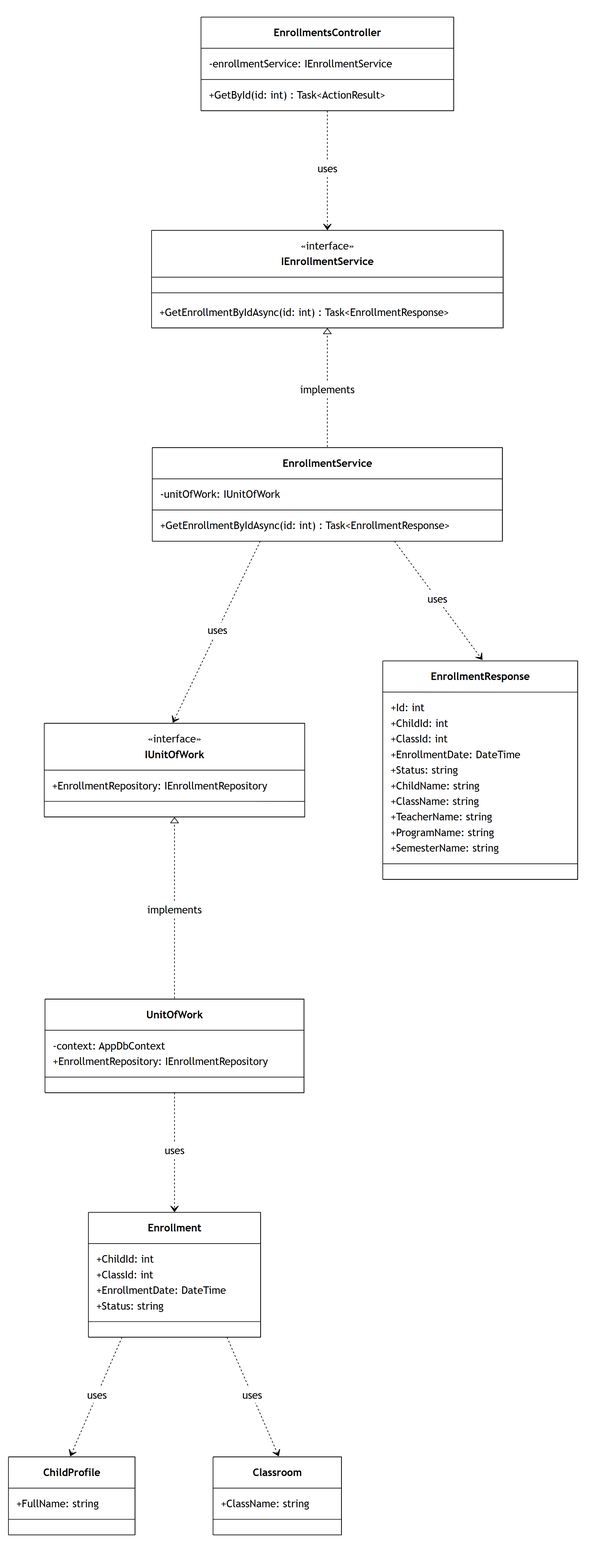
Earlier version of the Mermaid export 06-child-profile-enrollment/images/classes/get-enrollment-by-id.png (PhucAnDev/docx-diagram). Its source is kept beside it as 06-child-profile-enrollment/sequence-diagram/classes/get-enrollment-by-id.class.mmd.
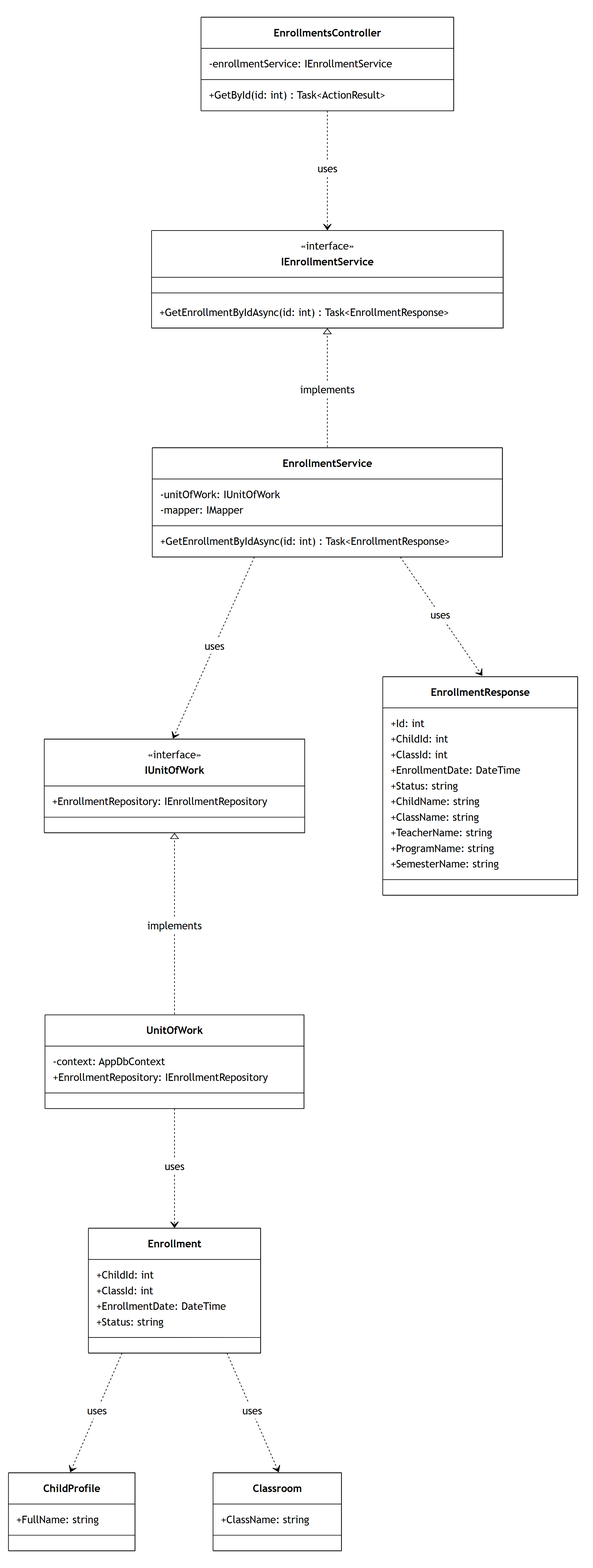
The same file after the commit.

Commit message:
fix: update Module 06 class diagrams with correct IMapper fields, controller method names, and activations

Diff of the diagram source:
```diff
@@ -14,6 +14,7 @@
 
     class EnrollmentService {
         -unitOfWork: IUnitOfWork
+        -mapper: IMapper
         +GetEnrollmentByIdAsync(id: int) Task~EnrollmentResponse~
     }
 
```
